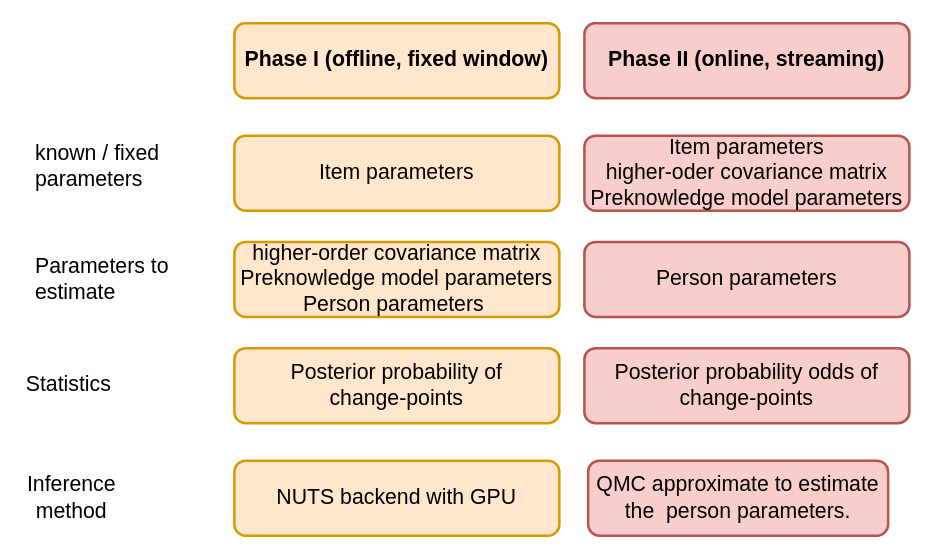
This is page "Page-5" (6 of 8) of NCME_CPA.drawio from qipengchen/draw_io, a draw.io file, before an edit. Source tidied: cells renumbered, new cells numbered last; positions are measured from the earlier drawing's top-left corner, leaving out a move shared by most shapes. Both pictures are drawn from the tidied source at 125%, with x=0, y=0 at pixel (21, 22).
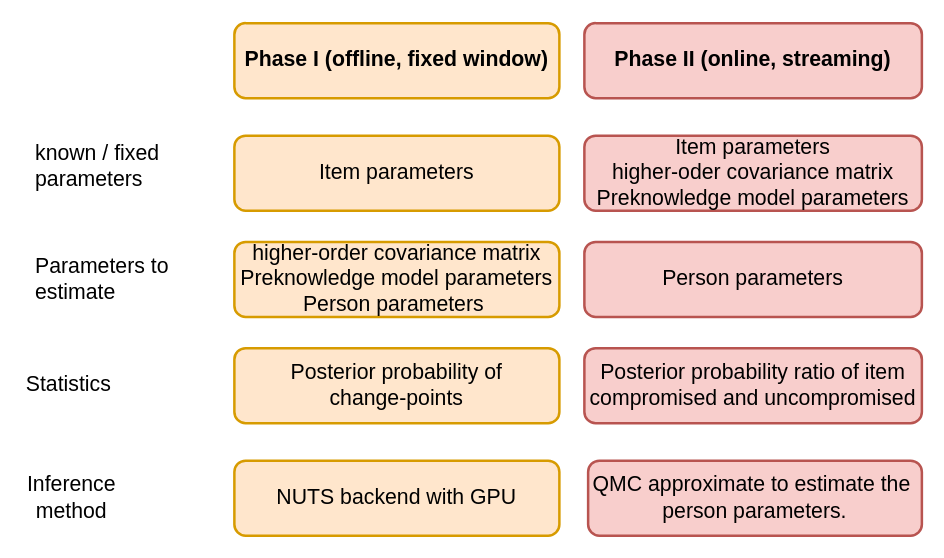
After the change.

Change to the diagram source:
```diff
@@
 <mxGraphModel>
   <root>
     <mxCell id="0" />
     <mxCell id="1" parent="0" />
     <mxCell id="2" value="&lt;span style=&quot;text-align: left;&quot;&gt;Phase I (offline, fixed window)&lt;/span&gt;" style="rounded=1;whiteSpace=wrap;html=1;fontSize=17;fillColor=#ffe6cc;strokeColor=#d79b00;fontStyle=1;strokeWidth=2;" parent="1" vertex="1">
       <mxGeometry x="170" width="260" height="60" as="geometry" />
     </mxCell>
     <mxCell id="3" value="&lt;div style=&quot;text-align: left;&quot;&gt;&lt;span style=&quot;background-color: transparent; color: light-dark(rgb(0, 0, 0), rgb(255, 255, 255));&quot;&gt;NUTS&amp;nbsp;&lt;/span&gt;&lt;span&gt;backend&lt;/span&gt;&lt;span style=&quot;background-color: transparent; color: light-dark(rgb(0, 0, 0), rgb(255, 255, 255));&quot;&gt;&amp;nbsp;with GPU&lt;/span&gt;&lt;/div&gt;" style="rounded=1;whiteSpace=wrap;html=1;fontSize=17;fillColor=#ffe6cc;strokeColor=#d79b00;strokeWidth=2;" parent="1" vertex="1">
       <mxGeometry x="170" y="350" width="260" height="60" as="geometry" />
     </mxCell>
     <mxCell id="4" value="&lt;div&gt;Posterior probability of &lt;br&gt;change-points&lt;/div&gt;" style="rounded=1;whiteSpace=wrap;html=1;fontSize=17;align=center;fillColor=#ffe6cc;strokeColor=#d79b00;strokeWidth=2;" parent="1" vertex="1">
       <mxGeometry x="170" y="260" width="260" height="60" as="geometry" />
     </mxCell>
     <mxCell id="5" value="Statistics&amp;nbsp;" style="text;html=1;align=center;verticalAlign=middle;whiteSpace=wrap;rounded=0;fontSize=17;strokeWidth=2;" parent="1" vertex="1">
       <mxGeometry x="10" y="275" width="60" height="30" as="geometry" />
     </mxCell>
     <mxCell id="6" value="Inference method" style="text;html=1;align=center;verticalAlign=middle;whiteSpace=wrap;rounded=0;fontSize=17;strokeWidth=2;" parent="1" vertex="1">
       <mxGeometry y="365" width="80" height="30" as="geometry" />
     </mxCell>
     <mxCell id="7" value="&lt;span style=&quot;text-align: left;&quot;&gt;Phase II (online, streaming)&lt;/span&gt;" style="rounded=1;whiteSpace=wrap;html=1;fontSize=17;fillColor=#f8cecc;strokeColor=#b85450;fontStyle=1;strokeWidth=2;" parent="1" vertex="1">
-      <mxGeometry x="450" width="260" height="60" as="geometry" />
+      <mxGeometry x="450" width="270" height="60" as="geometry" />
     </mxCell>
     <mxCell id="8" value="&lt;div&gt;QMC approximate to estimate the&amp;nbsp; person parameters.&lt;/div&gt;" style="rounded=1;whiteSpace=wrap;html=1;fontSize=17;align=center;fillColor=#f8cecc;strokeColor=#b85450;strokeWidth=2;" parent="1" vertex="1">
-      <mxGeometry x="453" y="350" width="240" height="60" as="geometry" />
+      <mxGeometry x="453" y="350" width="267" height="60" as="geometry" />
     </mxCell>
-    <mxCell id="9" value="&lt;div&gt;Posterior probability odds of &lt;br&gt;change-points&lt;/div&gt;" style="rounded=1;whiteSpace=wrap;html=1;fontSize=17;align=center;fillColor=#f8cecc;strokeColor=#b85450;strokeWidth=2;" parent="1" vertex="1">
-      <mxGeometry x="450" y="260" width="260" height="60" as="geometry" />
+    <mxCell id="9" value="&lt;div&gt;Posterior probability ratio of item compromised and uncompromised&lt;/div&gt;" style="rounded=1;whiteSpace=wrap;html=1;fontSize=17;align=center;fillColor=#f8cecc;strokeColor=#b85450;strokeWidth=2;" parent="1" vertex="1">
+      <mxGeometry x="450" y="260" width="270" height="60" as="geometry" />
     </mxCell>
     <mxCell id="10" value="known / fixed&lt;br&gt;parameters" style="text;html=1;align=left;verticalAlign=middle;whiteSpace=wrap;rounded=0;fontSize=17;strokeWidth=2;" parent="1" vertex="1">
       <mxGeometry x="9" y="100" width="120" height="30" as="geometry" />
     </mxCell>
     <mxCell id="11" value="&lt;div&gt;Item parameters&lt;/div&gt;" style="rounded=1;whiteSpace=wrap;html=1;fontSize=17;align=center;fillColor=#ffe6cc;strokeColor=#d79b00;strokeWidth=2;" parent="1" vertex="1">
       <mxGeometry x="170" y="90" width="260" height="60" as="geometry" />
     </mxCell>
     <mxCell id="12" value="&lt;div&gt;Item parameters&lt;br&gt;higher-oder covariance matrix&lt;br&gt;Preknowledge model parameters&lt;/div&gt;" style="rounded=1;whiteSpace=wrap;html=1;fontSize=17;align=center;fillColor=#f8cecc;strokeColor=#b85450;strokeWidth=2;" parent="1" vertex="1">
-      <mxGeometry x="450" y="90" width="260" height="60" as="geometry" />
+      <mxGeometry x="450" y="90" width="270" height="60" as="geometry" />
     </mxCell>
     <mxCell id="13" value="Parameters to estimate" style="text;html=1;align=left;verticalAlign=middle;whiteSpace=wrap;rounded=0;fontSize=17;strokeWidth=2;" parent="1" vertex="1">
       <mxGeometry x="9" y="190" width="130" height="30" as="geometry" />
     </mxCell>
     <mxCell id="14" value="&lt;div&gt;higher-order covariance matrix&lt;br&gt;Preknowledge model parameters&lt;br&gt;Person parameters&amp;nbsp;&lt;/div&gt;" style="rounded=1;whiteSpace=wrap;html=1;fontSize=17;align=center;fillColor=#ffe6cc;strokeColor=#d79b00;strokeWidth=2;" parent="1" vertex="1">
       <mxGeometry x="170" y="175" width="260" height="60" as="geometry" />
     </mxCell>
     <mxCell id="15" value="&lt;div&gt;Person parameters&lt;/div&gt;" style="rounded=1;whiteSpace=wrap;html=1;fontSize=17;align=center;fillColor=#f8cecc;strokeColor=#b85450;strokeWidth=2;" parent="1" vertex="1">
-      <mxGeometry x="450" y="175" width="260" height="60" as="geometry" />
+      <mxGeometry x="450" y="175" width="270" height="60" as="geometry" />
     </mxCell>
   </root>
 </mxGraphModel>
```
